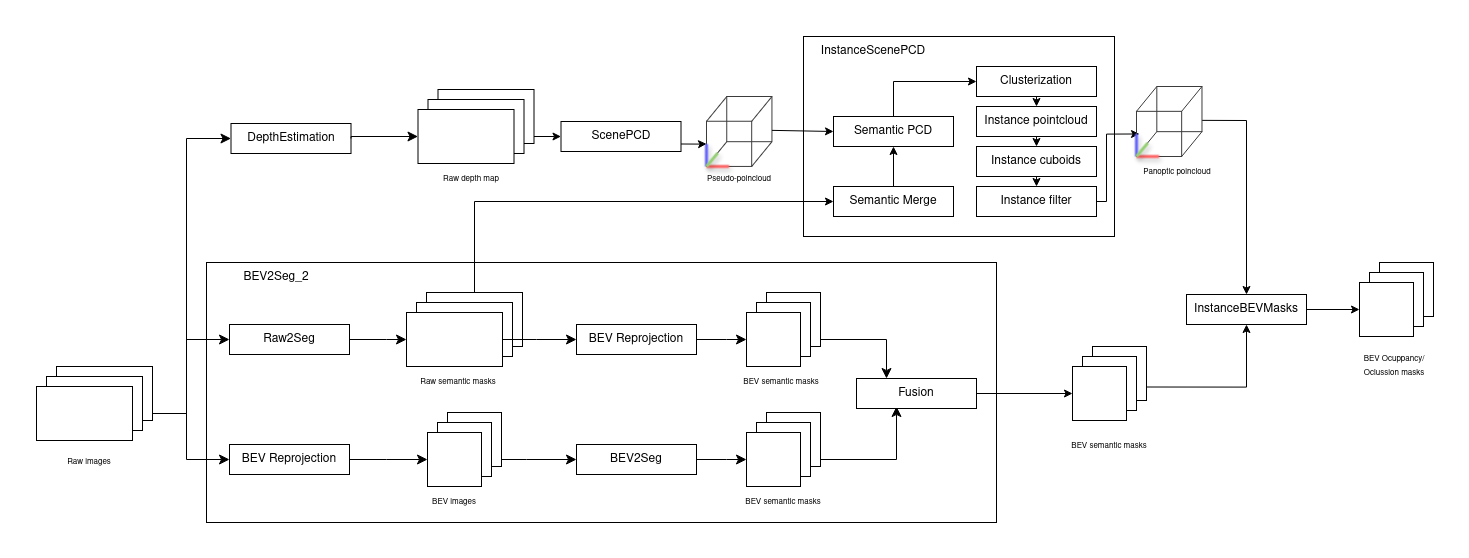
This is documents/images/methodology/Application_flow_diagram.png from alanglk/BEV2Seg_2, a draw.io export, as it was before one commit. Source tidied: cells renumbered, new cells last; positions are measured from the earlier drawing's top-left corner, leaving out a move shared by most shapes.
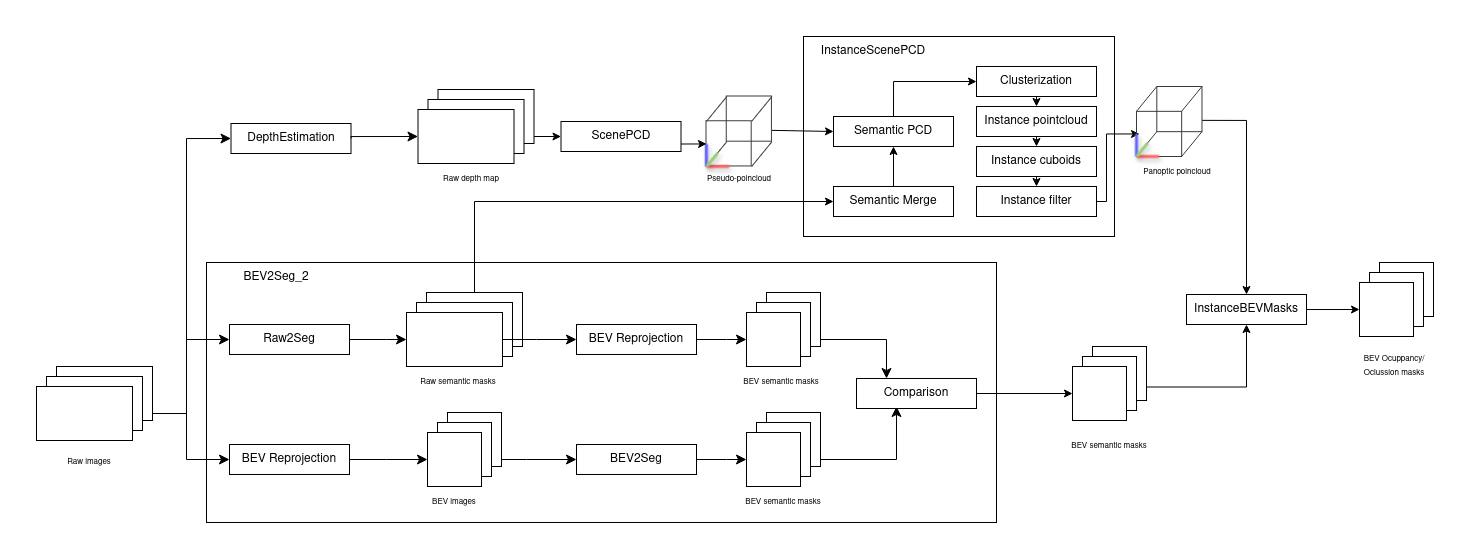
The same diagram one commit later.

Diff of the diagram source:
```diff
@@ -1,4 +1,4 @@
-<mxGraphModel>
+<mxGraphModel background="#ffffff">
   <root>
     <mxCell id="0" />
     <mxCell id="1" parent="0" />
@@ -240,7 +240,7 @@
     <mxCell id="61" style="edgeStyle=orthogonalEdgeStyle;rounded=0;jettySize=auto;html=1;exitX=1;exitY=0.5;exitDx=0;exitDy=0;entryX=0;entryY=0.5;entryDx=0;entryDy=0;" parent="1" edge="1" source="62" target="54">
       <mxGeometry relative="1" as="geometry" />
     </mxCell>
-    <mxCell id="62" value="Fusion" style="rounded=0;whiteSpace=wrap;html=1;" parent="1" vertex="1">
+    <mxCell id="62" value="Comparison" style="rounded=0;whiteSpace=wrap;html=1;" parent="1" vertex="1">
       <mxGeometry x="856" y="378" width="120" height="30" as="geometry" />
     </mxCell>
     <mxCell id="63" value="BEV2Seg_2" style="text;html=1;align=center;verticalAlign=middle;whiteSpace=wrap;rounded=0;" parent="1" vertex="1">
```
